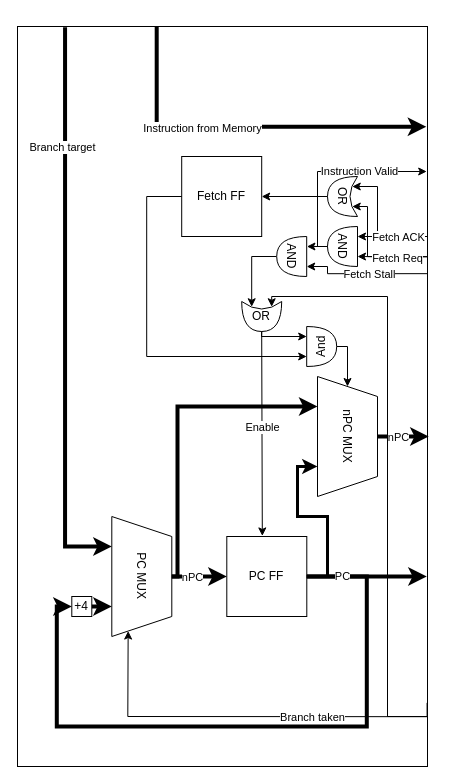
Before: page "Fetch stage" (2 of 6) of cpu/doc/block diagrams/pipeline stages.drawio in bittnert/icebreaker, a draw.io diagram. Source tidied: cells renumbered, new cells numbered last; positions are measured from the earlier drawing's top-left corner, leaving out a move shared by most shapes. Both pictures are drawn from the tidied source at 100%, with x=0, y=0 at pixel (17, 26).
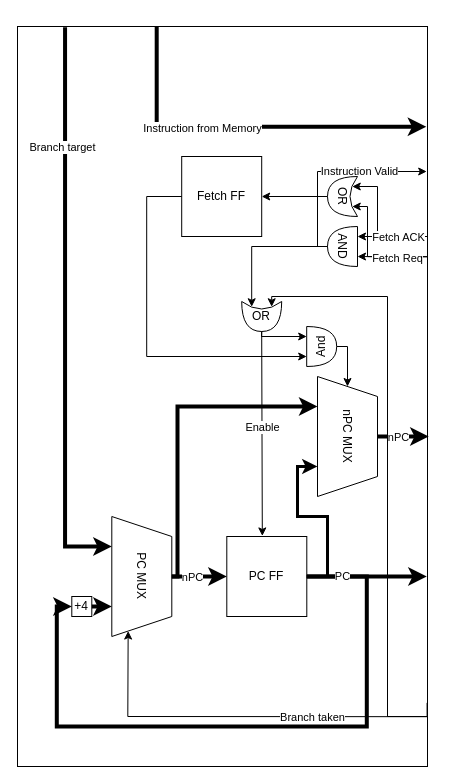
Above is the later version.

Unchanged cells that the change refers to:
```xml
<mxCell id="2" style="rounded=0;whiteSpace=wrap;html=1;" parent="1" vertex="1">
  <mxGeometry width="410" height="740" as="geometry" />
</mxCell>
<mxCell id="18" value="AND" style="shape=or;whiteSpace=wrap;html=1;rotation=-180;horizontal=0;" parent="1" vertex="1">
  <mxGeometry x="310" y="200" width="30" height="40" as="geometry" />
</mxCell>
<mxCell id="21" value="OR" style="shape=xor;whiteSpace=wrap;html=1;rotation=90;horizontal=0;" parent="1" vertex="1">
  <mxGeometry x="229.2" y="270" width="30" height="40" as="geometry" />
</mxCell>
```

The edit, as a diff of the source:
```diff
@@
-    <mxCell id="22" style="endArrow=classic;html=1;rounded=0;entryX=0.175;entryY=0.75;entryDx=0;entryDy=0;entryPerimeter=0;exitX=1;exitY=0.5;exitDx=0;exitDy=0;exitPerimeter=0;edgeStyle=elbowEdgeStyle;elbow=vertical;" parent="1" edge="1" source="45" target="21">
-      <mxGeometry relative="1" as="geometry">
-        <Array as="points">
-          <mxPoint x="240" y="230" />
-        </Array>
-      </mxGeometry>
-    </mxCell>
@@
-    <mxCell id="44" style="endArrow=classic;html=1;rounded=0;entryX=-0.007;entryY=0.741;entryDx=0;entryDy=0;entryPerimeter=0;exitX=1;exitY=0.5;exitDx=0;exitDy=0;exitPerimeter=0;edgeStyle=elbowEdgeStyle;elbow=vertical;" parent="1" edge="1" source="18" target="45">
-      <mxGeometry relative="1" as="geometry" />
+    <mxCell id="44" style="endArrow=classic;html=1;rounded=0;entryX=0.175;entryY=0.75;entryDx=0;entryDy=0;entryPerimeter=0;exitX=1;exitY=0.5;exitDx=0;exitDy=0;exitPerimeter=0;edgeStyle=elbowEdgeStyle;elbow=vertical;" parent="1" edge="1" source="18" target="21">
+      <mxGeometry relative="1" as="geometry">
+        <Array as="points">
+          <mxPoint x="260" y="220" />
+        </Array>
+      </mxGeometry>
     </mxCell>
-    <mxCell id="45" value="AND" style="shape=or;whiteSpace=wrap;html=1;rotation=-180;horizontal=0;" parent="1" vertex="1">
-      <mxGeometry x="259.2" y="210" width="30" height="40" as="geometry" />
-    </mxCell>
-    <mxCell id="46" style="endArrow=classic;html=1;rounded=0;entryX=0;entryY=0.25;entryDx=0;entryDy=0;entryPerimeter=0;exitX=1.001;exitY=0.334;exitDx=0;exitDy=0;exitPerimeter=0;edgeStyle=orthogonalEdgeStyle;" parent="1" edge="1" source="2" target="45">
-      <mxGeometry relative="1" as="geometry">
-        <Array as="points">
-          <mxPoint x="310" y="247" />
-          <mxPoint x="310" y="240" />
-        </Array>
-      </mxGeometry>
-    </mxCell>
-    <mxCell id="47" value="Fetch Stall" style="edgeLabel;html=1;align=center;verticalAlign=middle;" parent="46" vertex="1">
-      <mxGeometry x="-0.08" relative="1" as="geometry" />
-    </mxCell>
```
